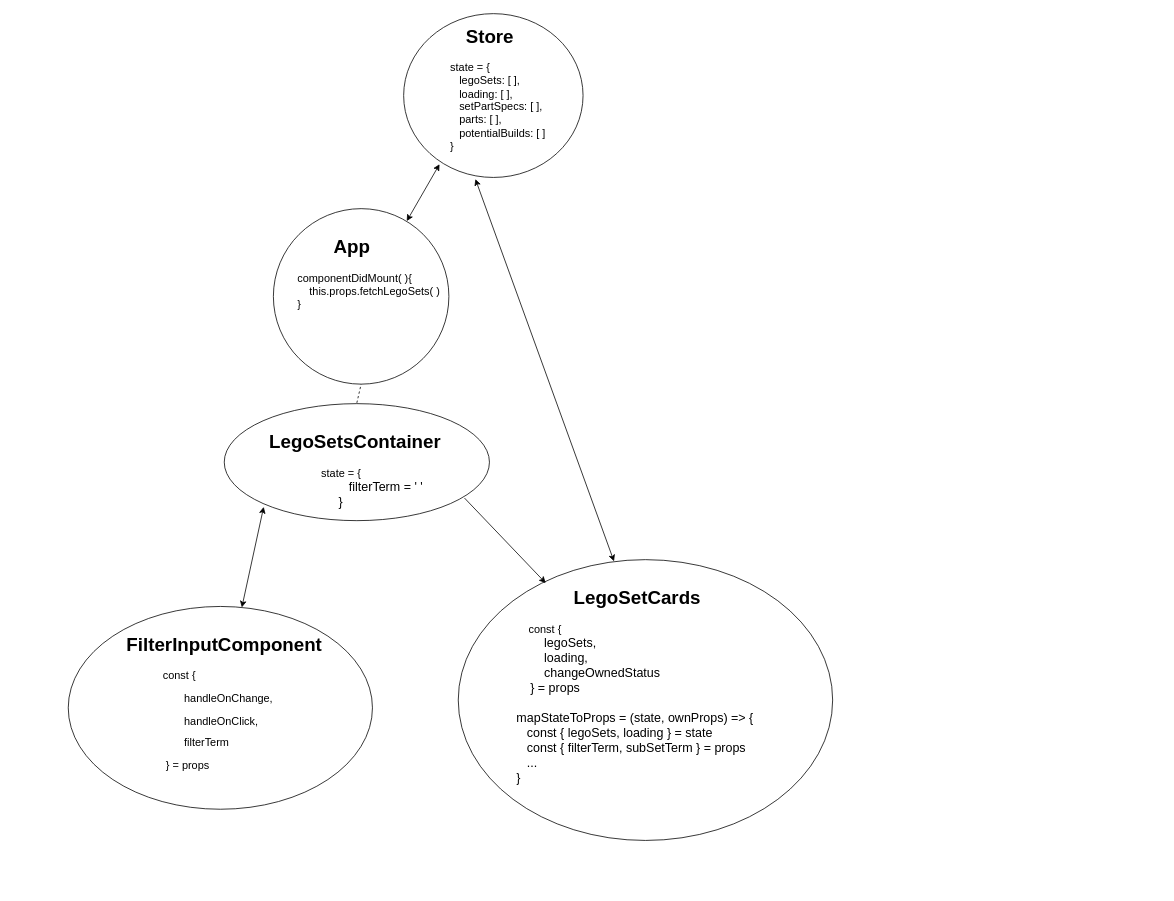
The draw.io diagram StateTreeDiagram.drawio in DavidRMorphew/my-bricks-app-frontend, before the edit. Source tidied: cells renumbered, new cells numbered last; positions are measured from the earlier drawing's top-left corner, leaving out a move shared by most shapes. Both pictures are drawn from the tidied source at 78%, with x=0, y=0 at pixel (68, 13).
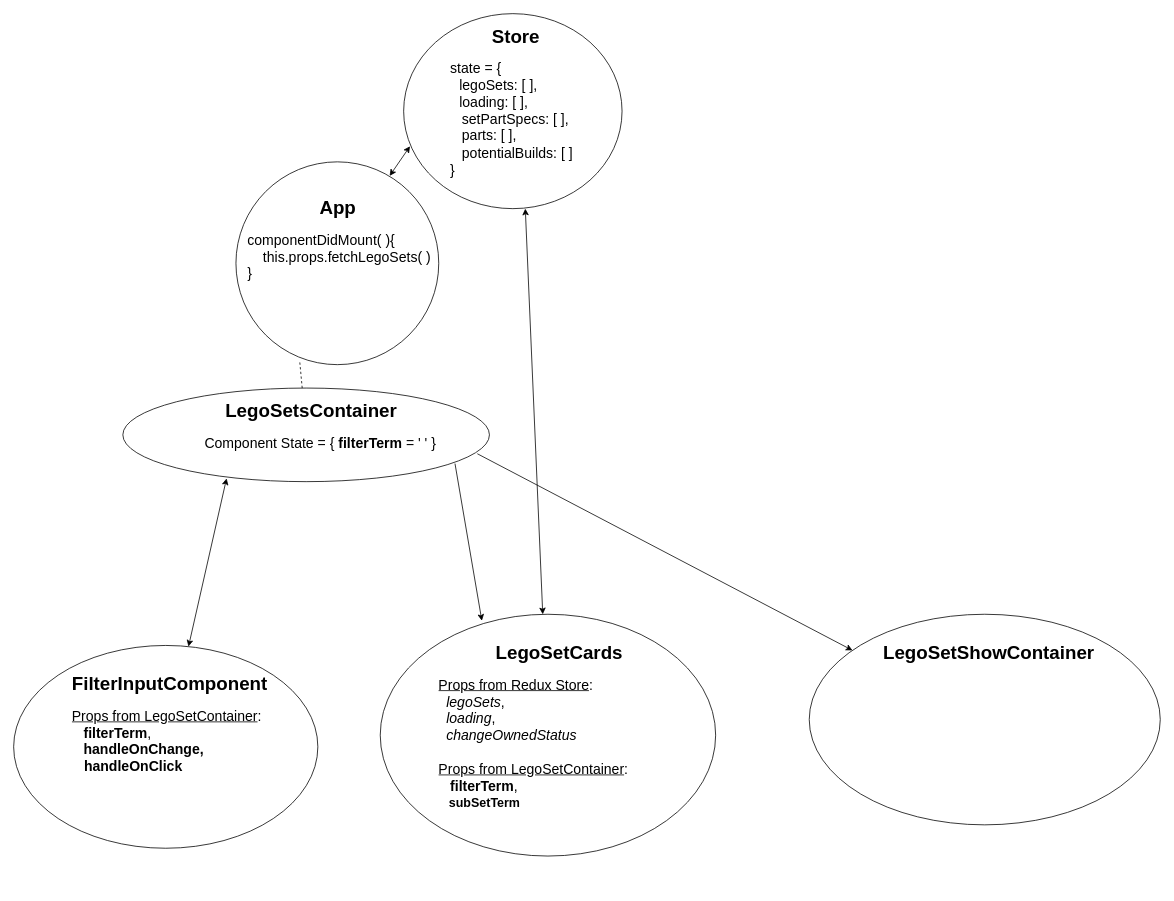
The same diagram, later.

Commit message (it also covers changes not shown here):
No longer destructuring state and props in LegoSetContainer since the additional variables slow the application; StateTreeDiagram updated and reformatted

What changed in the source:
```diff
@@
 <mxGraphModel>
   <root>
     <mxCell id="0" />
     <mxCell id="1" parent="0" />
     <mxCell id="2" style="ellipse;whiteSpace=wrap;html=1;" parent="1" vertex="1">
-      <mxGeometry x="430" width="230" height="210" as="geometry" />
+      <mxGeometry x="430" width="280" height="250" as="geometry" />
     </mxCell>
-    <mxCell id="3" value="&lt;h1&gt;&amp;nbsp; &amp;nbsp;Store&lt;/h1&gt;&lt;div&gt;&lt;font style=&quot;font-size: 14px&quot;&gt;&lt;span style=&quot;text-align: center&quot;&gt;state =&amp;nbsp;&lt;/span&gt;&lt;span style=&quot;text-align: center&quot;&gt;{&lt;/span&gt;&lt;br style=&quot;text-align: center&quot;&gt;&lt;span style=&quot;text-align: center&quot;&gt;&amp;nbsp; &amp;nbsp;legoSets: [ ],&lt;/span&gt;&lt;br style=&quot;text-align: center&quot;&gt;&lt;span style=&quot;text-align: center&quot;&gt;&amp;nbsp; &amp;nbsp;loading: [ ],&lt;/span&gt;&lt;br style=&quot;text-align: center&quot;&gt;&lt;span style=&quot;text-align: center&quot;&gt;&amp;nbsp; &amp;nbsp;setPartSpecs: [ ],&lt;/span&gt;&lt;br style=&quot;text-align: center&quot;&gt;&lt;span style=&quot;text-align: center&quot;&gt;&amp;nbsp; &amp;nbsp;parts: [ ],&lt;/span&gt;&lt;br style=&quot;text-align: center&quot;&gt;&lt;span style=&quot;text-align: center&quot;&gt;&amp;nbsp; &amp;nbsp;potentialBuilds: [ ]&lt;/span&gt;&lt;br style=&quot;text-align: center&quot;&gt;&lt;span style=&quot;text-align: center&quot;&gt;}&lt;/span&gt;&lt;/font&gt;&lt;br&gt;&lt;/div&gt;" style="text;html=1;strokeColor=none;fillColor=none;spacing=5;spacingTop=-20;whiteSpace=wrap;overflow=hidden;rounded=0;" parent="1" vertex="1">
-      <mxGeometry x="485" y="10" width="190" height="170" as="geometry" />
+    <mxCell id="3" value="&lt;h1&gt;&amp;nbsp; &amp;nbsp; &amp;nbsp; &amp;nbsp; Store&lt;/h1&gt;&lt;div&gt;&lt;font&gt;&lt;font style=&quot;font-size: 18px&quot;&gt;&lt;span style=&quot;text-align: center&quot;&gt;state =&amp;nbsp;&lt;/span&gt;&lt;span style=&quot;text-align: center&quot;&gt;{&lt;/span&gt;&lt;br style=&quot;text-align: center&quot;&gt;&lt;/font&gt;&lt;span style=&quot;text-align: center ; font-size: 14px&quot;&gt;&amp;nbsp; &amp;nbsp;&lt;/span&gt;&lt;span style=&quot;text-align: center&quot;&gt;&lt;font style=&quot;font-size: 18px&quot;&gt;legoSets: [ ],&lt;/font&gt;&lt;/span&gt;&lt;br style=&quot;text-align: center&quot;&gt;&lt;span style=&quot;text-align: center ; font-size: 14px&quot;&gt;&amp;nbsp; &amp;nbsp;&lt;/span&gt;&lt;span style=&quot;text-align: center&quot;&gt;&lt;font style=&quot;font-size: 18px&quot;&gt;loading: [ ],&lt;/font&gt;&lt;/span&gt;&lt;br style=&quot;text-align: center&quot;&gt;&lt;font style=&quot;font-size: 18px&quot;&gt;&lt;span style=&quot;text-align: center&quot;&gt;&amp;nbsp; &amp;nbsp;setPartSpecs: [ ],&lt;/span&gt;&lt;br style=&quot;text-align: center&quot;&gt;&lt;/font&gt;&lt;font style=&quot;font-size: 18px&quot;&gt;&lt;span style=&quot;text-align: center&quot;&gt;&amp;nbsp; &amp;nbsp;parts: [ ],&lt;/span&gt;&lt;br style=&quot;text-align: center&quot;&gt;&lt;/font&gt;&lt;font style=&quot;font-size: 18px&quot;&gt;&lt;span style=&quot;text-align: center&quot;&gt;&amp;nbsp; &amp;nbsp;potentialBuilds: [ ]&lt;/span&gt;&lt;br style=&quot;text-align: center&quot;&gt;&lt;/font&gt;&lt;span style=&quot;text-align: center&quot;&gt;&lt;font style=&quot;font-size: 18px&quot;&gt;}&lt;/font&gt;&lt;/span&gt;&lt;/font&gt;&lt;br&gt;&lt;/div&gt;" style="text;html=1;strokeColor=none;fillColor=none;spacing=5;spacingTop=-20;whiteSpace=wrap;overflow=hidden;rounded=0;" parent="1" vertex="1">
+      <mxGeometry x="485" y="10" width="190" height="210" as="geometry" />
     </mxCell>
     <mxCell id="4" style="ellipse;whiteSpace=wrap;html=1;" parent="1" vertex="1">
-      <mxGeometry x="200" y="500" width="340" height="150" as="geometry" />
+      <mxGeometry x="70" y="480" width="470" height="120" as="geometry" />
     </mxCell>
-    <mxCell id="5" value="&lt;h1&gt;LegoSetsContainer&lt;/h1&gt;&lt;div&gt;&amp;nbsp; &amp;nbsp; &amp;nbsp; &amp;nbsp; &amp;nbsp; &amp;nbsp; &amp;nbsp; &amp;nbsp; &amp;nbsp; &amp;nbsp; &lt;font style=&quot;font-size: 14px&quot;&gt;state = {&lt;/font&gt;&lt;/div&gt;&lt;div&gt;&lt;font size=&quot;3&quot;&gt;&amp;nbsp; &amp;nbsp; &amp;nbsp; &amp;nbsp; &amp;nbsp; &amp;nbsp; &amp;nbsp; &amp;nbsp; &amp;nbsp; &amp;nbsp; &amp;nbsp; &amp;nbsp;filterTerm = ' '&lt;/font&gt;&lt;/div&gt;&lt;div&gt;&lt;font size=&quot;3&quot;&gt;&amp;nbsp; &amp;nbsp; &amp;nbsp; &amp;nbsp; &amp;nbsp; &amp;nbsp; &amp;nbsp; &amp;nbsp; &amp;nbsp; &amp;nbsp; }&lt;/font&gt;&lt;/div&gt;" style="text;html=1;strokeColor=none;fillColor=none;spacing=5;spacingTop=-20;whiteSpace=wrap;overflow=hidden;rounded=0;" parent="1" vertex="1">
-      <mxGeometry x="253" y="530" width="245" height="120" as="geometry" />
+    <mxCell id="5" value="&lt;h1&gt;&amp;nbsp; &amp;nbsp; &amp;nbsp; &amp;nbsp; &amp;nbsp; &amp;nbsp; &amp;nbsp; &amp;nbsp; &amp;nbsp; &amp;nbsp;LegoSetsContainer&lt;/h1&gt;&lt;div&gt;&amp;nbsp; &amp;nbsp; &amp;nbsp; &amp;nbsp; &amp;nbsp; &amp;nbsp; &amp;nbsp; &amp;nbsp; &amp;nbsp; &amp;nbsp; &amp;nbsp; &amp;nbsp; &amp;nbsp; &amp;nbsp; &amp;nbsp; &lt;font style=&quot;font-size: 18px&quot;&gt;Component S&lt;font&gt;tate = {&amp;nbsp;&lt;/font&gt;&lt;span&gt;&lt;b&gt;filterTerm&lt;/b&gt;&lt;/span&gt;&lt;span&gt; = ' '&amp;nbsp;&lt;/span&gt;&lt;span&gt;}&lt;/span&gt;&lt;/font&gt;&lt;/div&gt;" style="text;html=1;strokeColor=none;fillColor=none;spacing=5;spacingTop=-20;whiteSpace=wrap;overflow=hidden;rounded=0;" parent="1" vertex="1">
+      <mxGeometry x="70" y="490" width="460" height="260" as="geometry" />
     </mxCell>
-    <mxCell id="6" style="endArrow=none;dashed=1;html=1;entryX=0.5;entryY=1;entryDx=0;entryDy=0;" parent="1" edge="1" target="10">
-      <mxGeometry relative="1" as="geometry">
-        <mxPoint x="370" y="499" as="sourcePoint" />
-      </mxGeometry>
+    <mxCell id="6" style="endArrow=none;dashed=1;html=1;entryX=0.314;entryY=0.979;entryDx=0;entryDy=0;entryPerimeter=0;" parent="1" edge="1" source="4" target="10">
+      <mxGeometry relative="1" as="geometry" />
     </mxCell>
     <mxCell id="7" style="ellipse;whiteSpace=wrap;html=1;" parent="1" vertex="1">
-      <mxGeometry y="760" width="390" height="260" as="geometry" />
+      <mxGeometry x="-70" y="810" width="390" height="260" as="geometry" />
     </mxCell>
-    <mxCell id="8" value="&lt;h1&gt;FilterInputComponent&lt;/h1&gt;&lt;p&gt;&lt;font style=&quot;font-size: 14px&quot;&gt;&amp;nbsp; &amp;nbsp; &amp;nbsp; &amp;nbsp; &amp;nbsp; &amp;nbsp; const {&amp;nbsp;&lt;/font&gt;&lt;/p&gt;&lt;p&gt;&lt;font style=&quot;font-size: 14px&quot;&gt;&lt;span&gt;&amp;nbsp; &amp;nbsp; &amp;nbsp; &amp;nbsp; &amp;nbsp; &amp;nbsp; &amp;nbsp; &amp;nbsp; &amp;nbsp; &amp;nbsp;handleOnChange,&amp;nbsp;&lt;/span&gt;&lt;/font&gt;&lt;/p&gt;&lt;p&gt;&lt;font style=&quot;font-size: 14px&quot;&gt;&lt;span&gt;&amp;nbsp; &amp;nbsp; &amp;nbsp; &amp;nbsp; &amp;nbsp; &amp;nbsp; &amp;nbsp; &amp;nbsp; &amp;nbsp; &amp;nbsp;handleOnClick,&amp;nbsp;&lt;/span&gt;&lt;/font&gt;&lt;/p&gt;&lt;p&gt;&lt;font style=&quot;font-size: 14px&quot;&gt;&lt;span&gt;&amp;nbsp; &amp;nbsp; &amp;nbsp; &amp;nbsp; &amp;nbsp; &amp;nbsp; &amp;nbsp; &amp;nbsp; &amp;nbsp; &amp;nbsp;filterTerm&amp;nbsp;&amp;nbsp;&lt;/span&gt;&lt;/font&gt;&lt;/p&gt;&lt;p&gt;&lt;font style=&quot;font-size: 14px&quot;&gt;&lt;span&gt;&amp;nbsp; &amp;nbsp; &amp;nbsp; &amp;nbsp; &amp;nbsp; &amp;nbsp; &amp;nbsp;} = props&lt;/span&gt;&lt;/font&gt;&lt;/p&gt;" style="text;html=1;strokeColor=none;fillColor=none;spacing=5;spacingTop=-20;whiteSpace=wrap;overflow=hidden;rounded=0;" parent="1" vertex="1">
-      <mxGeometry x="70" y="790" width="280" height="200" as="geometry" />
+    <mxCell id="8" value="&lt;h1&gt;FilterInputComponent&lt;/h1&gt;&lt;div&gt;&lt;div&gt;&lt;font style=&quot;font-size: 18px&quot;&gt;&lt;u&gt;Props from LegoSetContainer&lt;/u&gt;:&lt;br&gt;&lt;/font&gt;&lt;/div&gt;&lt;div&gt;&lt;font style=&quot;font-size: 18px&quot;&gt;&lt;i&gt;&amp;nbsp; &amp;nbsp;&lt;/i&gt;&lt;b&gt;filterTerm&lt;/b&gt;,&amp;nbsp;&lt;/font&gt;&lt;/div&gt;&lt;div&gt;&lt;font style=&quot;font-size: 18px&quot;&gt;&lt;i&gt;&amp;nbsp; &amp;nbsp;&lt;/i&gt;&lt;/font&gt;&lt;span&gt;&lt;b&gt;&lt;font style=&quot;font-size: 18px&quot;&gt;handleOnChange&lt;/font&gt;&lt;/b&gt;&lt;/span&gt;&lt;span&gt;&lt;b&gt;&lt;font style=&quot;font-size: 18px&quot;&gt;,&lt;/font&gt;&lt;/b&gt;&lt;span style=&quot;font-size: 14px&quot;&gt;&amp;nbsp;&lt;/span&gt;&lt;/span&gt;&lt;/div&gt;&lt;/div&gt;&lt;div&gt;&lt;span&gt;&lt;span style=&quot;font-size: 14px&quot;&gt;&amp;nbsp; &amp;nbsp;&amp;nbsp;&lt;/span&gt;&lt;font style=&quot;font-size: 18px&quot;&gt;&lt;b&gt;handleOnClick&lt;/b&gt;&lt;/font&gt;&lt;/span&gt;&lt;/div&gt;" style="text;html=1;strokeColor=none;fillColor=none;spacing=5;spacingTop=-20;whiteSpace=wrap;overflow=hidden;rounded=0;" parent="1" vertex="1">
+      <mxGeometry y="840" width="280" height="200" as="geometry" />
     </mxCell>
-    <mxCell id="9" style="endArrow=classic;startArrow=classic;html=1;entryX=-0.01;entryY=0.853;entryDx=0;entryDy=0;entryPerimeter=0;" parent="1" edge="1" source="7" target="5">
+    <mxCell id="9" style="endArrow=classic;startArrow=classic;html=1;entryX=0.283;entryY=0.965;entryDx=0;entryDy=0;entryPerimeter=0;" parent="1" edge="1" source="7" target="4">
       <mxGeometry relative="1" as="geometry" />
     </mxCell>
     <mxCell id="10" style="ellipse;whiteSpace=wrap;html=1;" parent="1" vertex="1">
-      <mxGeometry x="263" y="250" width="225" height="225" as="geometry" />
+      <mxGeometry x="215" y="190" width="260" height="260" as="geometry" />
     </mxCell>
-    <mxCell id="11" value="&lt;h1&gt;&amp;nbsp; &amp;nbsp; &amp;nbsp; &amp;nbsp;App&lt;/h1&gt;&lt;div&gt;&lt;font style=&quot;font-size: 14px&quot;&gt;componentDidMount( ){&lt;/font&gt;&lt;/div&gt;&lt;div&gt;&lt;font style=&quot;font-size: 14px&quot;&gt;&amp;nbsp; &amp;nbsp; this.props.fetchLegoSets( )&lt;/font&gt;&lt;/div&gt;&lt;div&gt;&lt;font style=&quot;font-size: 14px&quot;&gt;}&lt;/font&gt;&lt;/div&gt;" style="text;html=1;strokeColor=none;fillColor=none;spacing=5;spacingTop=-20;whiteSpace=wrap;overflow=hidden;rounded=0;" parent="1" vertex="1">
-      <mxGeometry x="289" y="280" width="199" height="140" as="geometry" />
+    <mxCell id="11" value="&lt;h1&gt;&amp;nbsp; &amp;nbsp; &amp;nbsp; &amp;nbsp; &amp;nbsp; &amp;nbsp; &amp;nbsp; App&lt;/h1&gt;&lt;div&gt;&lt;font style=&quot;font-size: 18px&quot;&gt;componentDidMount( ){&lt;/font&gt;&lt;/div&gt;&lt;div&gt;&lt;font style=&quot;font-size: 18px&quot;&gt;&amp;nbsp; &amp;nbsp; this.props.fetchLegoSets( )&lt;/font&gt;&lt;/div&gt;&lt;div&gt;&lt;font style=&quot;font-size: 18px&quot;&gt;}&lt;/font&gt;&lt;/div&gt;" style="text;html=1;strokeColor=none;fillColor=none;spacing=5;spacingTop=-20;whiteSpace=wrap;overflow=hidden;rounded=0;" parent="1" vertex="1">
+      <mxGeometry x="225" y="230" width="260" height="140" as="geometry" />
     </mxCell>
     <mxCell id="12" style="ellipse;whiteSpace=wrap;html=1;" parent="1" vertex="1">
-      <mxGeometry x="500" y="700" width="480" height="360" as="geometry" />
+      <mxGeometry x="400" y="770" width="430" height="310" as="geometry" />
     </mxCell>
-    <mxCell id="13" style="endArrow=classic;startArrow=classic;html=1;entryX=0.2;entryY=0.919;entryDx=0;entryDy=0;entryPerimeter=0;exitX=0.76;exitY=0.071;exitDx=0;exitDy=0;exitPerimeter=0;" parent="1" edge="1" source="10" target="2">
+    <mxCell id="13" style="endArrow=classic;startArrow=classic;html=1;entryX=0.029;entryY=0.68;entryDx=0;entryDy=0;entryPerimeter=0;exitX=0.758;exitY=0.069;exitDx=0;exitDy=0;exitPerimeter=0;" parent="1" edge="1" source="10" target="2">
       <mxGeometry relative="1" as="geometry" />
     </mxCell>
-    <mxCell id="14" style="endArrow=classic;startArrow=classic;html=1;entryX=0.416;entryY=0.006;entryDx=0;entryDy=0;entryPerimeter=0;exitX=0.4;exitY=1.01;exitDx=0;exitDy=0;exitPerimeter=0;" parent="1" edge="1" source="2" target="12">
+    <mxCell id="14" style="endArrow=classic;startArrow=classic;html=1;exitX=0.557;exitY=1;exitDx=0;exitDy=0;exitPerimeter=0;" parent="1" edge="1" source="2" target="12">
       <mxGeometry relative="1" as="geometry" />
     </mxCell>
-    <mxCell id="15" value="&lt;h1&gt;&amp;nbsp; &amp;nbsp; &amp;nbsp; &amp;nbsp; &amp;nbsp; &amp;nbsp;LegoSetCards&lt;/h1&gt;&lt;div&gt;&lt;font style=&quot;font-size: 14px&quot;&gt;&amp;nbsp; &amp;nbsp; const {&amp;nbsp;&lt;/font&gt;&lt;/div&gt;&lt;div&gt;&lt;font size=&quot;3&quot;&gt;&amp;nbsp; &amp;nbsp; &amp;nbsp; &amp;nbsp; legoSets,&lt;/font&gt;&lt;/div&gt;&lt;div&gt;&lt;font size=&quot;3&quot;&gt;&amp;nbsp; &amp;nbsp; &amp;nbsp; &amp;nbsp; loading,&lt;/font&gt;&lt;/div&gt;&lt;div&gt;&lt;font size=&quot;3&quot;&gt;&amp;nbsp; &amp;nbsp; &amp;nbsp; &amp;nbsp; changeOwnedStatus&lt;/font&gt;&lt;/div&gt;&lt;div&gt;&lt;font size=&quot;3&quot;&gt;&amp;nbsp; &amp;nbsp; } = props&lt;/font&gt;&lt;/div&gt;&lt;div&gt;&lt;font size=&quot;3&quot;&gt;&amp;nbsp; &amp;nbsp;&lt;/font&gt;&lt;/div&gt;&lt;div&gt;&lt;font size=&quot;3&quot;&gt;mapStateToProps = (state, ownProps) =&amp;gt; {&lt;/font&gt;&lt;/div&gt;&lt;div&gt;&lt;font size=&quot;3&quot;&gt;&amp;nbsp; &amp;nbsp;const { legoSets, loading } = state&lt;/font&gt;&lt;/div&gt;&lt;div&gt;&lt;font size=&quot;3&quot;&gt;&amp;nbsp; &amp;nbsp;const { filterTerm, subSetTerm } = props&lt;/font&gt;&lt;/div&gt;&lt;div&gt;&lt;font size=&quot;3&quot;&gt;&amp;nbsp; &amp;nbsp;...&lt;/font&gt;&lt;/div&gt;&lt;div&gt;&lt;font size=&quot;3&quot;&gt;}&lt;/font&gt;&lt;/div&gt;" style="text;html=1;strokeColor=none;fillColor=none;spacing=5;spacingTop=-20;whiteSpace=wrap;overflow=hidden;rounded=0;" parent="1" vertex="1">
-      <mxGeometry x="570" y="730" width="390" height="320" as="geometry" />
+    <mxCell id="15" value="&lt;h1&gt;&amp;nbsp; &amp;nbsp; &amp;nbsp; &amp;nbsp; &amp;nbsp; &amp;nbsp;LegoSetCards&lt;/h1&gt;&lt;div&gt;&lt;font style=&quot;font-size: 18px&quot;&gt;&lt;u&gt;Props from Redux Store&lt;/u&gt;:&amp;nbsp;&lt;/font&gt;&lt;/div&gt;&lt;div&gt;&lt;font style=&quot;font-size: 18px&quot;&gt;&amp;nbsp; &lt;i&gt;legoSets&lt;/i&gt;,&lt;/font&gt;&lt;/div&gt;&lt;div&gt;&lt;font style=&quot;font-size: 18px&quot;&gt;&amp;nbsp; &lt;i&gt;loading&lt;/i&gt;,&lt;/font&gt;&lt;/div&gt;&lt;div&gt;&lt;font style=&quot;font-size: 18px&quot;&gt;&amp;nbsp; &lt;i&gt;changeOwnedStatus&lt;/i&gt;&lt;/font&gt;&lt;/div&gt;&lt;div&gt;&lt;font style=&quot;font-size: 18px&quot;&gt;&amp;nbsp; &amp;nbsp;&lt;/font&gt;&lt;/div&gt;&lt;div&gt;&lt;font style=&quot;font-size: 18px&quot;&gt;&lt;u&gt;Props from LegoSetContainer&lt;/u&gt;:&lt;br&gt;&lt;/font&gt;&lt;/div&gt;&lt;div&gt;&lt;font style=&quot;font-size: 18px&quot;&gt;&lt;i&gt;&amp;nbsp; &amp;nbsp;&lt;/i&gt;&lt;span&gt;&lt;b&gt;filterTerm&lt;/b&gt;&lt;/span&gt;&lt;span&gt;,&amp;nbsp;&lt;/span&gt;&lt;/font&gt;&lt;/div&gt;&lt;div&gt;&lt;font size=&quot;3&quot;&gt;&lt;i&gt;&amp;nbsp; &amp;nbsp;&lt;/i&gt;&lt;span&gt;&lt;b&gt;subSetTerm&lt;/b&gt;&lt;/span&gt;&lt;span&gt;&amp;nbsp;&lt;/span&gt;&lt;/font&gt;&lt;/div&gt;" style="text;html=1;strokeColor=none;fillColor=none;spacing=5;spacingTop=-20;whiteSpace=wrap;overflow=hidden;rounded=0;" parent="1" vertex="1">
+      <mxGeometry x="470" y="800" width="390" height="320" as="geometry" />
     </mxCell>
-    <mxCell id="16" style="endArrow=classic;html=1;exitX=0.906;exitY=0.807;exitDx=0;exitDy=0;exitPerimeter=0;" parent="1" edge="1" source="4" target="15">
+    <mxCell id="16" style="endArrow=classic;html=1;exitX=0.906;exitY=0.807;exitDx=0;exitDy=0;exitPerimeter=0;entryX=0.303;entryY=0.027;entryDx=0;entryDy=0;entryPerimeter=0;" parent="1" edge="1" source="4" target="12">
       <mxGeometry relative="1" as="geometry" />
     </mxCell>
+    <mxCell id="17" style="ellipse;whiteSpace=wrap;html=1;" parent="1" vertex="1">
+      <mxGeometry x="950" y="770" width="450" height="270" as="geometry" />
+    </mxCell>
+    <mxCell id="18" value="&lt;h1&gt;LegoSetShowContainer&lt;/h1&gt;" style="text;html=1;strokeColor=none;fillColor=none;spacing=5;spacingTop=-20;whiteSpace=wrap;overflow=hidden;rounded=0;" parent="1" vertex="1">
+      <mxGeometry x="1040" y="800" width="300" height="220" as="geometry" />
+    </mxCell>
+    <mxCell id="19" style="endArrow=classic;html=1;exitX=0.967;exitY=0.702;exitDx=0;exitDy=0;exitPerimeter=0;" parent="1" edge="1" source="4" target="17">
+      <mxGeometry relative="1" as="geometry" />
+    </mxCell>
   </root>
 </mxGraphModel>
```
